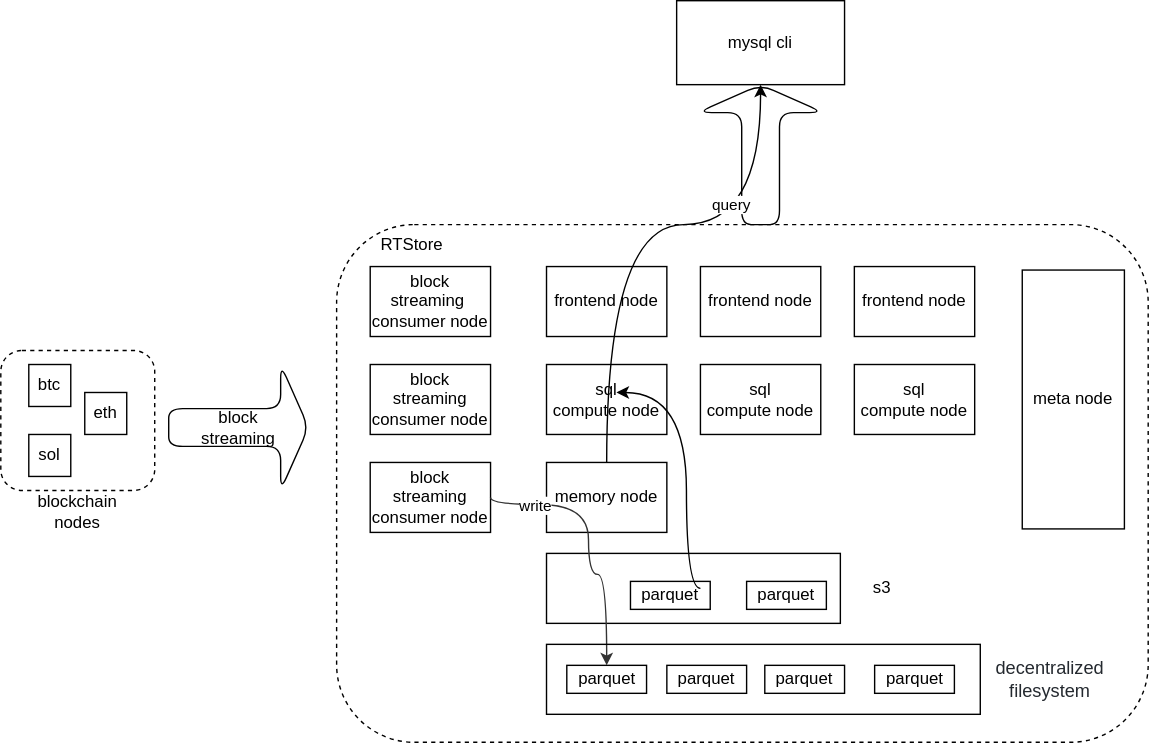
The draw.io diagram docs/rtstore_arch.svg in dbpunk-labs/db3, before a commit. Source tidied: cells renumbered, new cells last; positions are measured from the earlier drawing's top-left corner, leaving out a move shared by most shapes.
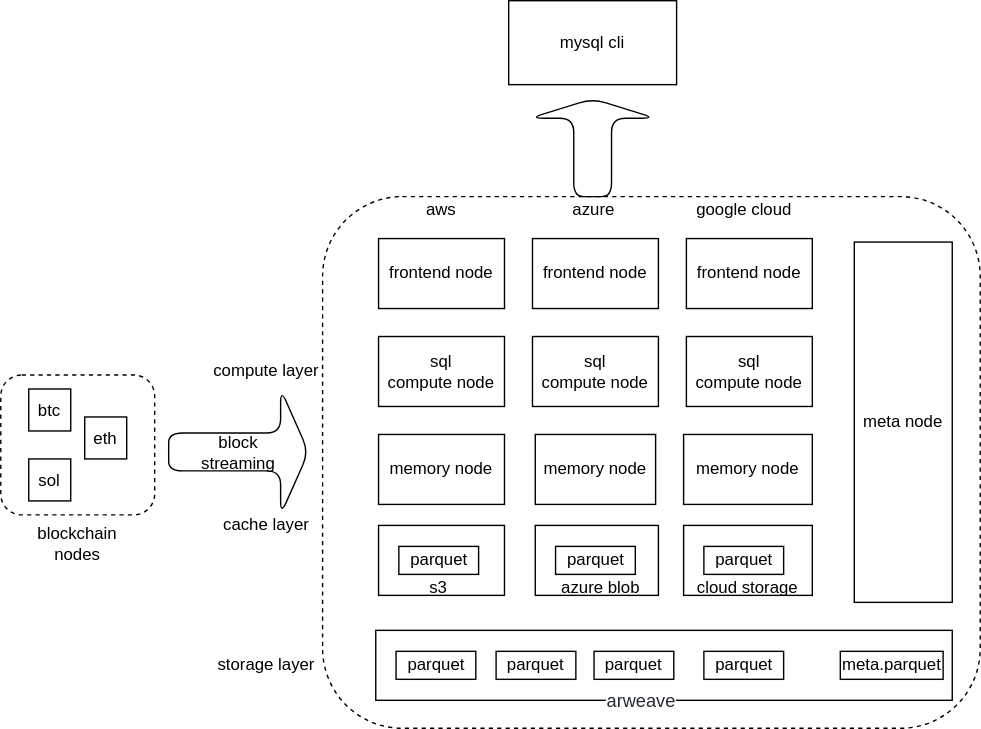
The same file after the commit.

The edit, as a diff of the source:
```diff
@@ -3,131 +3,127 @@
     <mxCell id="0" />
     <mxCell id="1" parent="0" />
     <mxCell id="2" style="whiteSpace=wrap;html=1;sketch=0;dashed=1;rounded=1;fillColor=none;" parent="1" vertex="1">
-      <mxGeometry y="250" width="110" height="100" as="geometry" />
+      <mxGeometry x="120" y="287.5" width="110" height="100" as="geometry" />
     </mxCell>
     <mxCell id="3" value="btc" style="whiteSpace=wrap;html=1;sketch=0;rounded=0;fillColor=none;" parent="1" vertex="1">
-      <mxGeometry x="20" y="260" width="30" height="30" as="geometry" />
+      <mxGeometry x="140" y="297.5" width="30" height="30" as="geometry" />
     </mxCell>
     <mxCell id="4" value="sol" style="whiteSpace=wrap;html=1;sketch=0;rounded=0;fillColor=none;" parent="1" vertex="1">
-      <mxGeometry x="20" y="310" width="30" height="30" as="geometry" />
+      <mxGeometry x="140" y="347.5" width="30" height="30" as="geometry" />
     </mxCell>
     <mxCell id="5" value="eth" style="whiteSpace=wrap;html=1;sketch=0;rounded=0;fillColor=none;" parent="1" vertex="1">
-      <mxGeometry x="60" y="280" width="30" height="30" as="geometry" />
+      <mxGeometry x="180" y="317.5" width="30" height="30" as="geometry" />
     </mxCell>
     <mxCell id="6" value="blockchain&lt;br&gt;nodes" style="text;html=1;strokeColor=none;fillColor=none;align=center;verticalAlign=middle;whiteSpace=wrap;dashed=1;sketch=0;rounded=1;" parent="1" vertex="1">
-      <mxGeometry x="25" y="350" width="60" height="30" as="geometry" />
+      <mxGeometry x="145" y="392.5" width="60" height="30" as="geometry" />
     </mxCell>
     <mxCell id="7" value="block&lt;br&gt;streaming" style="shape=singleArrow;direction=east;whiteSpace=wrap;html=1;sketch=0;rounded=1;fillColor=none;" parent="1" vertex="1">
-      <mxGeometry x="120" y="260" width="100" height="90" as="geometry" />
+      <mxGeometry x="240" y="297.5" width="100" height="90" as="geometry" />
     </mxCell>
     <mxCell id="8" style="whiteSpace=wrap;html=1;sketch=0;dashed=1;rounded=1;fillColor=none;" parent="1" vertex="1">
-      <mxGeometry x="240" y="160" width="580" height="370" as="geometry" />
+      <mxGeometry x="350" y="160" width="470" height="380" as="geometry" />
     </mxCell>
-    <mxCell id="9" value="block streaming&lt;br&gt;consumer node" style="whiteSpace=wrap;html=1;sketch=0;rounded=0;fillColor=none;" parent="1" vertex="1">
-      <mxGeometry x="264" y="260" width="86" height="50" as="geometry" />
-    </mxCell>
     <mxCell id="10" value="memory node" style="whiteSpace=wrap;html=1;sketch=0;rounded=0;fillColor=none;" parent="1" vertex="1">
-      <mxGeometry x="390" y="330" width="86" height="50" as="geometry" />
+      <mxGeometry x="390" y="330" width="90" height="50" as="geometry" />
     </mxCell>
     <mxCell id="11" style="whiteSpace=wrap;html=1;sketch=0;rounded=0;fillColor=none;" parent="1" vertex="1">
-      <mxGeometry x="390" y="395" width="210" height="50" as="geometry" />
+      <mxGeometry x="390" y="395" width="90" height="50" as="geometry" />
     </mxCell>
     <mxCell id="12" value="meta node" style="whiteSpace=wrap;html=1;sketch=0;rounded=0;fillColor=none;" parent="1" vertex="1">
-      <mxGeometry x="730" y="192.5" width="73" height="185" as="geometry" />
+      <mxGeometry x="730" y="192.5" width="70" height="257.5" as="geometry" />
     </mxCell>
-    <mxCell id="13" value="RTStore" style="text;html=1;strokeColor=none;fillColor=none;align=center;verticalAlign=middle;whiteSpace=wrap;sketch=0;rounded=1;" parent="1" vertex="1">
-      <mxGeometry x="264" y="160" width="60" height="30" as="geometry" />
-    </mxCell>
     <mxCell id="14" value="sql&lt;br&gt;compute node" style="whiteSpace=wrap;html=1;sketch=0;rounded=0;fillColor=none;" parent="1" vertex="1">
-      <mxGeometry x="390" y="260" width="86" height="50" as="geometry" />
+      <mxGeometry x="390" y="260" width="90" height="50" as="geometry" />
     </mxCell>
     <mxCell id="15" value="sql&lt;br&gt;compute node" style="whiteSpace=wrap;html=1;sketch=0;rounded=0;fillColor=none;" parent="1" vertex="1">
-      <mxGeometry x="500" y="260" width="86" height="50" as="geometry" />
+      <mxGeometry x="500" y="260" width="90" height="50" as="geometry" />
     </mxCell>
     <mxCell id="16" value="sql&lt;br&gt;compute node" style="whiteSpace=wrap;html=1;sketch=0;rounded=0;fillColor=none;" parent="1" vertex="1">
-      <mxGeometry x="610" y="260" width="86" height="50" as="geometry" />
+      <mxGeometry x="610" y="260" width="90" height="50" as="geometry" />
     </mxCell>
     <mxCell id="17" value="frontend node" style="whiteSpace=wrap;html=1;sketch=0;rounded=0;fillColor=none;" parent="1" vertex="1">
-      <mxGeometry x="390" y="190" width="86" height="50" as="geometry" />
+      <mxGeometry x="390" y="190" width="90" height="50" as="geometry" />
     </mxCell>
     <mxCell id="18" value="frontend node" style="whiteSpace=wrap;html=1;sketch=0;rounded=0;fillColor=none;" parent="1" vertex="1">
-      <mxGeometry x="500" y="190" width="86" height="50" as="geometry" />
+      <mxGeometry x="500" y="190" width="90" height="50" as="geometry" />
     </mxCell>
     <mxCell id="19" value="frontend node" style="whiteSpace=wrap;html=1;sketch=0;rounded=0;fillColor=none;" parent="1" vertex="1">
-      <mxGeometry x="610" y="190" width="86" height="50" as="geometry" />
+      <mxGeometry x="610" y="190" width="90" height="50" as="geometry" />
     </mxCell>
     <mxCell id="20" value="mysql cli" style="whiteSpace=wrap;html=1;sketch=0;rounded=0;fillColor=none;" parent="1" vertex="1">
-      <mxGeometry x="483" width="120" height="60" as="geometry" />
+      <mxGeometry x="483" y="20" width="120" height="60" as="geometry" />
     </mxCell>
-    <mxCell id="21" value="block streaming&lt;br&gt;consumer node" style="whiteSpace=wrap;html=1;sketch=0;rounded=0;fillColor=none;" parent="1" vertex="1">
-      <mxGeometry x="264" y="330" width="86" height="50" as="geometry" />
-    </mxCell>
-    <mxCell id="22" value="block streaming&amp;nbsp;&lt;br&gt;consumer node" style="whiteSpace=wrap;html=1;sketch=0;rounded=0;fillColor=none;" parent="1" vertex="1">
-      <mxGeometry x="264" y="190" width="86" height="50" as="geometry" />
-    </mxCell>
     <mxCell id="23" style="shape=singleArrow;direction=north;whiteSpace=wrap;html=1;sketch=0;rounded=1;fillColor=none;" parent="1" vertex="1">
-      <mxGeometry x="498" y="60" width="90" height="100" as="geometry" />
+      <mxGeometry x="498" y="90" width="90" height="70" as="geometry" />
     </mxCell>
-    <mxCell id="24" style="curved=1;endArrow=classic;html=1;rounded=0;edgeStyle=orthogonalEdgeStyle;exitX=1;exitY=0.5;exitDx=0;exitDy=0;strokeColor=#333333;" parent="1" edge="1" source="21" target="31">
-      <mxGeometry relative="1" as="geometry">
-        <Array as="points">
-          <mxPoint x="350" y="360" />
-          <mxPoint x="420" y="360" />
-          <mxPoint x="420" y="410" />
-          <mxPoint x="433" y="410" />
-        </Array>
-      </mxGeometry>
-    </mxCell>
-    <mxCell id="25" value="write" style="edgeLabel;html=1;align=center;verticalAlign=middle;" parent="24" vertex="1">
-      <mxGeometry x="-0.64" relative="1" as="geometry" />
-    </mxCell>
     <mxCell id="26" value="parquet" style="rounded=0;whiteSpace=wrap;html=1;sketch=0;fillColor=none;" parent="1" vertex="1">
-      <mxGeometry x="450" y="415" width="57" height="20" as="geometry" />
+      <mxGeometry x="404.5" y="410" width="57" height="20" as="geometry" />
     </mxCell>
-    <mxCell id="27" style="curved=1;endArrow=classic;html=1;rounded=0;edgeStyle=orthogonalEdgeStyle;" parent="1" edge="1" source="10" target="20">
-      <mxGeometry relative="1" as="geometry">
-        <Array as="points">
-          <mxPoint x="433" y="160" />
-          <mxPoint x="543" y="160" />
-        </Array>
-      </mxGeometry>
-    </mxCell>
-    <mxCell id="28" value="query" style="edgeLabel;html=1;align=center;verticalAlign=middle;" parent="27" vertex="1">
-      <mxGeometry x="0.36" y="15" relative="1" as="geometry" />
-    </mxCell>
-    <mxCell id="29" style="curved=1;endArrow=classic;html=1;rounded=0;edgeStyle=orthogonalEdgeStyle;" parent="1" edge="1">
-      <mxGeometry relative="1" as="geometry">
-        <mxPoint x="500" y="420" as="sourcePoint" />
-        <mxPoint x="440" y="280" as="targetPoint" />
-        <Array as="points">
-          <mxPoint x="490" y="420" />
-          <mxPoint x="490" y="280" />
-        </Array>
-      </mxGeometry>
-    </mxCell>
     <mxCell id="30" style="whiteSpace=wrap;html=1;sketch=0;rounded=0;fillColor=none;" parent="1" vertex="1">
-      <mxGeometry x="390" y="460" width="310" height="50" as="geometry" />
+      <mxGeometry x="388" y="470" width="412" height="50" as="geometry" />
     </mxCell>
     <mxCell id="31" value="parquet" style="rounded=0;whiteSpace=wrap;html=1;sketch=0;fillColor=none;" parent="1" vertex="1">
-      <mxGeometry x="404.5" y="475" width="57" height="20" as="geometry" />
+      <mxGeometry x="402.5" y="485" width="57" height="20" as="geometry" />
     </mxCell>
-    <mxCell id="32" value="s3" style="text;html=1;strokeColor=none;fillColor=none;align=center;verticalAlign=middle;whiteSpace=wrap;rounded=0;sketch=0;" parent="1" vertex="1">
-      <mxGeometry x="600" y="405" width="60" height="30" as="geometry" />
-    </mxCell>
-    <mxCell id="33" value="&lt;span style=&quot;color: rgb(36 , 41 , 47) ; background-color: rgb(255 , 255 , 255)&quot;&gt;&lt;font style=&quot;font-size: 13px&quot;&gt;decentralized filesystem&lt;/font&gt;&lt;/span&gt;" style="text;html=1;strokeColor=none;fillColor=none;align=center;verticalAlign=middle;whiteSpace=wrap;rounded=0;sketch=0;" parent="1" vertex="1">
-      <mxGeometry x="720" y="470" width="60" height="30" as="geometry" />
+    <mxCell id="33" value="&lt;span style=&quot;color: rgb(36 , 41 , 47) ; background-color: rgb(255 , 255 , 255)&quot;&gt;&lt;font style=&quot;font-size: 13px&quot;&gt;arweave&lt;br&gt;&lt;/font&gt;&lt;/span&gt;" style="text;html=1;strokeColor=none;fillColor=none;align=center;verticalAlign=middle;whiteSpace=wrap;rounded=0;sketch=0;" parent="1" vertex="1">
+      <mxGeometry x="548" y="505" width="60" height="30" as="geometry" />
     </mxCell>
     <mxCell id="34" value="parquet" style="rounded=0;whiteSpace=wrap;html=1;sketch=0;fillColor=none;" parent="1" vertex="1">
-      <mxGeometry x="476" y="475" width="57" height="20" as="geometry" />
+      <mxGeometry x="474" y="485" width="57" height="20" as="geometry" />
     </mxCell>
     <mxCell id="35" value="parquet" style="rounded=0;whiteSpace=wrap;html=1;sketch=0;fillColor=none;" parent="1" vertex="1">
-      <mxGeometry x="546" y="475" width="57" height="20" as="geometry" />
+      <mxGeometry x="544" y="485" width="57" height="20" as="geometry" />
     </mxCell>
     <mxCell id="36" value="parquet" style="rounded=0;whiteSpace=wrap;html=1;sketch=0;fillColor=none;" parent="1" vertex="1">
-      <mxGeometry x="624.5" y="475" width="57" height="20" as="geometry" />
+      <mxGeometry x="622.5" y="485" width="57" height="20" as="geometry" />
     </mxCell>
-    <mxCell id="37" value="parquet" style="rounded=0;whiteSpace=wrap;html=1;sketch=0;fillColor=none;" parent="1" vertex="1">
-      <mxGeometry x="533" y="415" width="57" height="20" as="geometry" />
-    </mxCell>
+    <mxCell id="38" value="memory node" style="whiteSpace=wrap;html=1;sketch=0;rounded=0;fillColor=none;" parent="1" vertex="1">
+      <mxGeometry x="502" y="330" width="86" height="50" as="geometry" />
+    </mxCell>
+    <mxCell id="39" style="whiteSpace=wrap;html=1;sketch=0;rounded=0;fillColor=none;" parent="1" vertex="1">
+      <mxGeometry x="502" y="395" width="88" height="50" as="geometry" />
+    </mxCell>
+    <mxCell id="40" value="parquet" style="rounded=0;whiteSpace=wrap;html=1;sketch=0;fillColor=none;" parent="1" vertex="1">
+      <mxGeometry x="516.5" y="410" width="57" height="20" as="geometry" />
+    </mxCell>
+    <mxCell id="41" value="memory node" style="whiteSpace=wrap;html=1;sketch=0;rounded=0;fillColor=none;" parent="1" vertex="1">
+      <mxGeometry x="608" y="330" width="92" height="50" as="geometry" />
+    </mxCell>
+    <mxCell id="42" style="whiteSpace=wrap;html=1;sketch=0;rounded=0;fillColor=none;" parent="1" vertex="1">
+      <mxGeometry x="608" y="395" width="92" height="50" as="geometry" />
+    </mxCell>
+    <mxCell id="43" value="parquet" style="rounded=0;whiteSpace=wrap;html=1;sketch=0;fillColor=none;" parent="1" vertex="1">
+      <mxGeometry x="622.5" y="410" width="57" height="20" as="geometry" />
+    </mxCell>
+    <mxCell id="32" value="s3" style="text;html=1;strokeColor=none;fillColor=none;align=center;verticalAlign=middle;whiteSpace=wrap;rounded=0;dashed=1;sketch=0;" parent="1" vertex="1">
+      <mxGeometry x="403" y="430" width="60" height="20" as="geometry" />
+    </mxCell>
+    <mxCell id="44" value="aws" style="text;html=1;strokeColor=none;fillColor=none;align=center;verticalAlign=middle;whiteSpace=wrap;rounded=0;dashed=1;sketch=0;" parent="1" vertex="1">
+      <mxGeometry x="405" y="160" width="60" height="20" as="geometry" />
+    </mxCell>
+    <mxCell id="45" value="azure" style="text;html=1;strokeColor=none;fillColor=none;align=center;verticalAlign=middle;whiteSpace=wrap;rounded=0;dashed=1;sketch=0;" parent="1" vertex="1">
+      <mxGeometry x="514" y="160" width="60" height="20" as="geometry" />
+    </mxCell>
+    <mxCell id="46" value="azure blob" style="text;html=1;strokeColor=none;fillColor=none;align=center;verticalAlign=middle;whiteSpace=wrap;rounded=0;dashed=1;sketch=0;" parent="1" vertex="1">
+      <mxGeometry x="514" y="430" width="70" height="20" as="geometry" />
+    </mxCell>
+    <mxCell id="47" value="google cloud" style="text;html=1;strokeColor=none;fillColor=none;align=center;verticalAlign=middle;whiteSpace=wrap;rounded=0;dashed=1;sketch=0;" parent="1" vertex="1">
+      <mxGeometry x="614" y="160" width="75" height="20" as="geometry" />
+    </mxCell>
+    <mxCell id="48" value="cloud storage" style="text;html=1;strokeColor=none;fillColor=none;align=center;verticalAlign=middle;whiteSpace=wrap;rounded=0;dashed=1;sketch=0;" parent="1" vertex="1">
+      <mxGeometry x="614" y="430" width="80" height="20" as="geometry" />
+    </mxCell>
+    <mxCell id="49" value="cache layer" style="text;html=1;strokeColor=none;fillColor=none;align=center;verticalAlign=middle;whiteSpace=wrap;rounded=0;dashed=1;sketch=0;" parent="1" vertex="1">
+      <mxGeometry x="270" y="380" width="80" height="30" as="geometry" />
+    </mxCell>
+    <mxCell id="50" value="storage layer" style="text;html=1;strokeColor=none;fillColor=none;align=center;verticalAlign=middle;whiteSpace=wrap;rounded=0;dashed=1;sketch=0;" parent="1" vertex="1">
+      <mxGeometry x="270" y="480" width="80" height="30" as="geometry" />
+    </mxCell>
+    <mxCell id="51" value="compute layer" style="text;html=1;strokeColor=none;fillColor=none;align=center;verticalAlign=middle;whiteSpace=wrap;rounded=0;dashed=1;sketch=0;" parent="1" vertex="1">
+      <mxGeometry x="270" y="270" width="80" height="30" as="geometry" />
+    </mxCell>
+    <mxCell id="52" value="meta.parquet" style="rounded=0;whiteSpace=wrap;html=1;sketch=0;fillColor=none;" parent="1" vertex="1">
+      <mxGeometry x="720" y="485" width="73.5" height="20" as="geometry" />
+    </mxCell>
   </root>
 </mxGraphModel>
```
